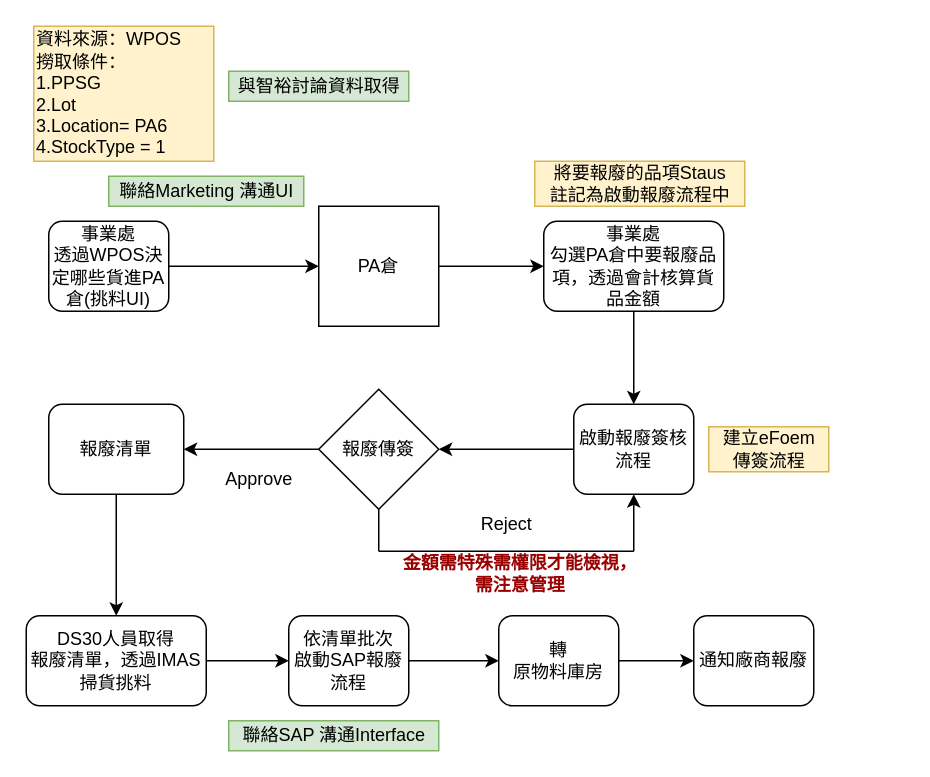
This is SCRAP.drawio from Charles886/zzcoco, a draw.io file, before an edit. Source tidied: cells renumbered, new cells numbered last; positions are measured from the earlier drawing's top-left corner, leaving out a move shared by most shapes. Both pictures are drawn from the tidied source at 150%, with x=0, y=0 at pixel (26, 26).
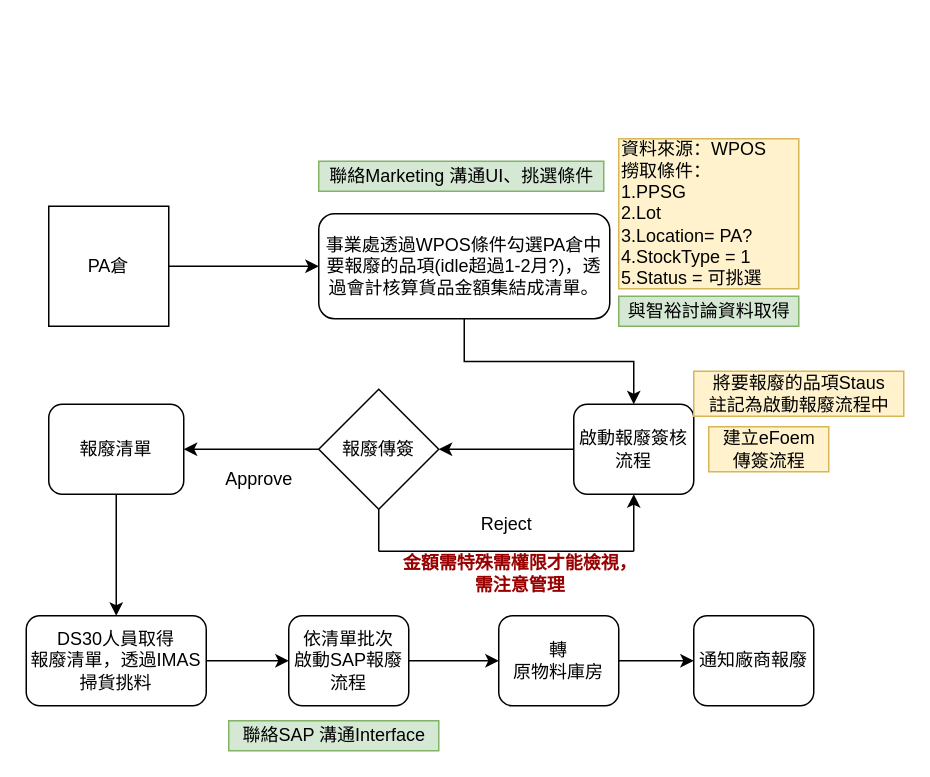
After the change.

What changed in the source:
```diff
@@
-    <mxCell id="2" value="事業處&lt;br&gt;勾選PA倉中要報廢品項，透過會計核算貨品金額" style="rounded=1;whiteSpace=wrap;html=1;" parent="1" vertex="1">
-      <mxGeometry x="345" y="130" width="120" height="60" as="geometry" />
+    <mxCell id="2" value="事業處透過WPOS條件勾選PA倉中要報廢的品項(idle&lt;span&gt;超過1-2月?&lt;/span&gt;)，透過會計核算貨品金額集結成清單。" style="rounded=1;whiteSpace=wrap;html=1;" parent="1" vertex="1">
+      <mxGeometry x="195" y="125" width="194" height="70" as="geometry" />
     </mxCell>
@@
-    <mxCell id="9" style="edgeStyle=orthogonalEdgeStyle;rounded=0;jettySize=auto;html=1;" parent="1" edge="1" source="10" target="31">
-      <mxGeometry relative="1" as="geometry" />
-    </mxCell>
-    <mxCell id="10" value="事業處&lt;br&gt;透過WPOS決定哪些貨進PA倉(挑料UI)" style="rounded=1;whiteSpace=wrap;html=1;" parent="1" vertex="1">
-      <mxGeometry x="15" y="130" width="80" height="60" as="geometry" />
-    </mxCell>
@@
-    <mxCell id="17" value="資料來源：WPOS&amp;nbsp;&lt;br&gt;撈取條件：&lt;br&gt;1.PPSG &lt;br&gt;2.Lot &lt;br&gt;3.Location= PA6 &lt;br&gt;4.StockType = 1&amp;nbsp;" style="text;html=1;align=left;verticalAlign=middle;fillColor=#fff2cc;strokeColor=#d6b656;" parent="1" vertex="1">
-      <mxGeometry x="5" width="120" height="90" as="geometry" />
+    <mxCell id="17" value="資料來源：WPOS&amp;nbsp;&lt;br&gt;撈取條件：&lt;br&gt;1.PPSG &lt;br&gt;2.Lot &lt;br&gt;3.Location= PA?&lt;br&gt;4.StockType = 1&amp;nbsp;&lt;br&gt;5.Status = 可挑選" style="text;html=1;align=left;verticalAlign=middle;fillColor=#fff2cc;strokeColor=#d6b656;" parent="1" vertex="1">
+      <mxGeometry x="395" y="75" width="120" height="100" as="geometry" />
     </mxCell>
@@
-    <mxCell id="19" value="聯絡Marketing 溝通UI" style="text;html=1;align=center;verticalAlign=middle;fillColor=#d5e8d4;strokeColor=#82b366;" parent="1" vertex="1">
-      <mxGeometry x="55" y="100" width="130" height="20" as="geometry" />
+    <mxCell id="19" value="聯絡Marketing 溝通UI、挑選條件" style="text;html=1;align=center;verticalAlign=middle;fillColor=#d5e8d4;strokeColor=#82b366;" parent="1" vertex="1">
+      <mxGeometry x="195" y="90" width="190" height="20" as="geometry" />
     </mxCell>
     <mxCell id="20" value="與智裕討論資料取得" style="text;html=1;align=center;verticalAlign=middle;fillColor=#d5e8d4;strokeColor=#82b366;" parent="1" vertex="1">
-      <mxGeometry x="135" y="30" width="120" height="20" as="geometry" />
+      <mxGeometry x="395" y="180" width="120" height="20" as="geometry" />
     </mxCell>
     <mxCell id="21" value="將要報廢的品項Staus&lt;br&gt;註記為啟動報廢流程中" style="text;html=1;align=center;verticalAlign=middle;fillColor=#fff2cc;strokeColor=#d6b656;" parent="1" vertex="1">
-      <mxGeometry x="339" y="90" width="140" height="30" as="geometry" />
+      <mxGeometry x="445" y="230" width="140" height="30" as="geometry" />
     </mxCell>
@@
     <mxCell id="31" value="PA倉" style="whiteSpace=wrap;html=1;" parent="1" vertex="1">
-      <mxGeometry x="195" y="120" width="80" height="80" as="geometry" />
+      <mxGeometry x="15" y="120" width="80" height="80" as="geometry" />
     </mxCell>
```
